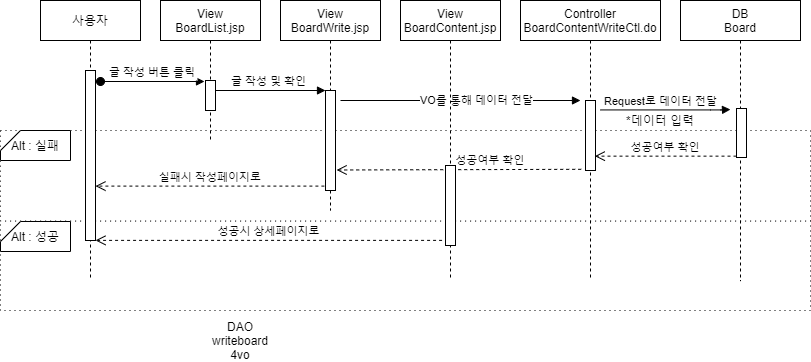
Earlier version of the draw.io export Document/Sequence_Diagram/board/Board_Sequence_Diagram-BoardWrite.png (JungCG/PotatoMarket). Source tidied: cells renumbered, new cells last; positions are measured from the earlier drawing's top-left corner, leaving out a move shared by most shapes.
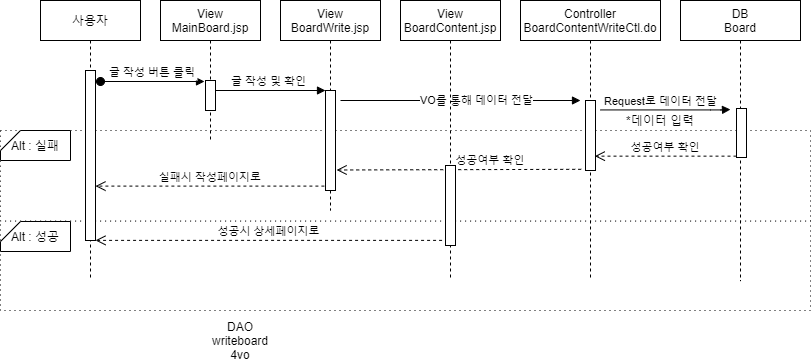
The same diagram one commit later.

The edit, as a diff of the source:
```diff
@@ -78,7 +78,7 @@
     <mxCell id="21" value="Alt : 실패" style="shape=card;whiteSpace=wrap;html=1;size=20;rotation=0;" parent="1" vertex="1">
       <mxGeometry y="130" width="70" height="30" as="geometry" />
     </mxCell>
-    <mxCell id="22" value="View&#10;BoardList.jsp" style="shape=umlLifeline;perimeter=lifelinePerimeter;rounded=0;shadow=0;strokeWidth=1;" parent="1" vertex="1">
+    <mxCell id="22" value="View&#10;MainBoard.jsp" style="shape=umlLifeline;perimeter=lifelinePerimeter;rounded=0;shadow=0;strokeWidth=1;" parent="1" vertex="1">
       <mxGeometry x="160" width="100" height="140" as="geometry" />
     </mxCell>
     <mxCell id="23" style="points=[];perimeter=orthogonalPerimeter;rounded=0;shadow=0;strokeWidth=1;" parent="22" vertex="1">
```
